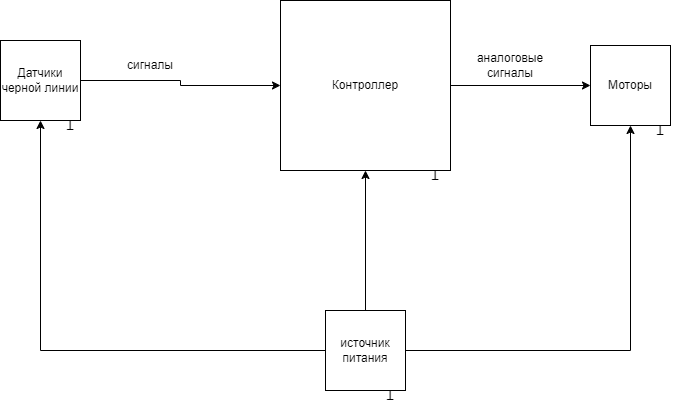
Earlier version of the draw.io export AcariTech struct.drawio.png (ksinph/PSTU_LABS_2023). Source tidied: cells renumbered, new cells last; positions are measured from the earlier drawing's top-left corner, leaving out a move shared by most shapes.
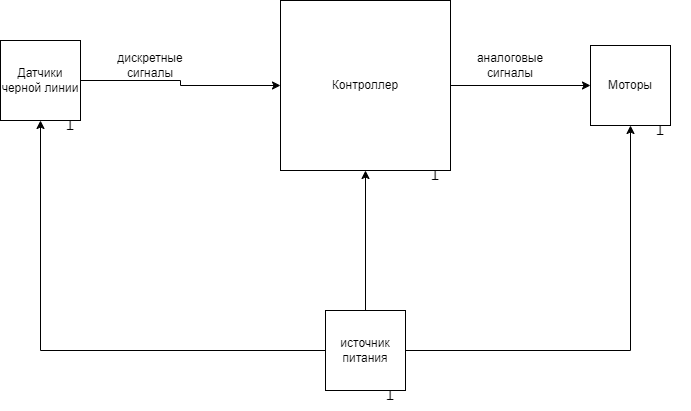
Above is the later version.

Diff of the diagram source:
```diff
@@ -44,7 +44,7 @@
     <mxCell id="15" value="T" style="text;html=1;align=center;verticalAlign=middle;whiteSpace=wrap;rounded=0;rotation=-180;" parent="1" vertex="1">
       <mxGeometry x="630" y="115" width="60" height="30" as="geometry" />
     </mxCell>
-    <mxCell id="16" value="сигналы" style="text;html=1;align=center;verticalAlign=middle;whiteSpace=wrap;rounded=0;" parent="1" vertex="1">
+    <mxCell id="16" value="дискретные сигналы" style="text;html=1;align=center;verticalAlign=middle;whiteSpace=wrap;rounded=0;" parent="1" vertex="1">
       <mxGeometry x="120" y="50" width="60" height="30" as="geometry" />
     </mxCell>
   </root>
```
